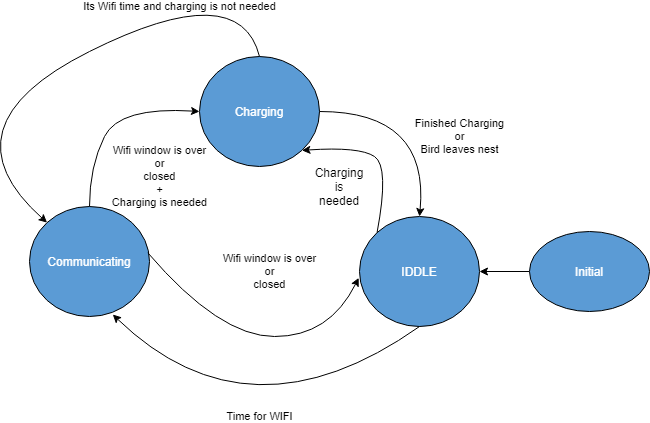
Above: Utils/Drawio/Diagrama_de_Estados.drawio.png in tlondero/Dise-o (draw.io), before the change. Source tidied: cells renumbered, new cells last; positions are measured from the earlier drawing's top-left corner, leaving out a move shared by most shapes.
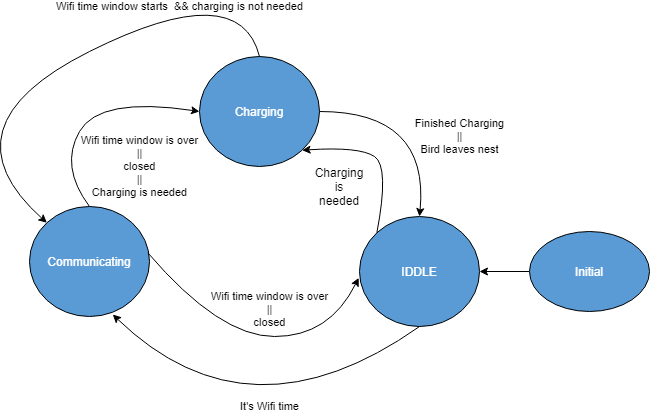
Above is the later version.

What changed in the source:
```diff
@@ -11,30 +11,30 @@
     <mxCell id="4" value="Communicating" style="ellipse;whiteSpace=wrap;html=1;fillColor=#5B9BD5;fontColor=#FFFFFF;" parent="1" vertex="1">
       <mxGeometry x="90" y="230" width="120" height="110" as="geometry" />
     </mxCell>
-    <mxCell id="5" value="Wifi window is over&lt;br&gt;or&lt;br&gt;closed&lt;br&gt;+&lt;br&gt;Charging is needed" style="curved=1;endArrow=classic;html=1;exitX=0.5;exitY=0;exitDx=0;exitDy=0;entryX=0;entryY=0.5;entryDx=0;entryDy=0;labelBackgroundColor=none;" parent="1" edge="1" source="4" target="2">
-      <mxGeometry x="-0.33" y="-67" relative="1" as="geometry">
+    <mxCell id="5" value="Wifi time window is over&lt;br&gt;||&lt;br&gt;closed&lt;br&gt;||&lt;br&gt;Charging is needed" style="curved=1;endArrow=classic;html=1;exitX=0.5;exitY=0;exitDx=0;exitDy=0;entryX=0;entryY=0.5;entryDx=0;entryDy=0;labelBackgroundColor=none;" parent="1" edge="1" source="4" target="2">
+      <mxGeometry x="0.56" y="-63" relative="1" as="geometry">
         <Array as="points">
-          <mxPoint x="150" y="190" />
-          <mxPoint x="180" y="130" />
+          <mxPoint x="120" y="190" />
+          <mxPoint x="160" y="120" />
         </Array>
       </mxGeometry>
     </mxCell>
-    <mxCell id="6" value="Finished Charging&lt;br&gt;or&lt;br&gt;Bird leaves nest" style="curved=1;endArrow=classic;html=1;exitX=1;exitY=0.5;exitDx=0;exitDy=0;entryX=0.5;entryY=0;entryDx=0;entryDy=0;labelBackgroundColor=none;" parent="1" edge="1" source="2" target="3">
+    <mxCell id="6" value="Finished Charging&lt;br&gt;||&lt;br&gt;Bird leaves nest" style="curved=1;endArrow=classic;html=1;exitX=1;exitY=0.5;exitDx=0;exitDy=0;entryX=0.5;entryY=0;entryDx=0;entryDy=0;labelBackgroundColor=none;" parent="1" edge="1" source="2" target="3">
       <mxGeometry x="0.23" y="32" relative="1" as="geometry">
         <Array as="points">
           <mxPoint x="490" y="135" />
         </Array>
       </mxGeometry>
     </mxCell>
-    <mxCell id="7" value="Time for WIFI" style="curved=1;endArrow=classic;html=1;exitX=0.5;exitY=1;exitDx=0;exitDy=0;entryX=0.694;entryY=0.982;entryDx=0;entryDy=0;entryPerimeter=0;labelBackgroundColor=none;" parent="1" edge="1" source="3" target="4">
-      <mxGeometry x="-0.08" y="-19" relative="1" as="geometry">
+    <mxCell id="7" value="It's Wifi time" style="curved=1;endArrow=classic;html=1;exitX=0.5;exitY=1;exitDx=0;exitDy=0;entryX=0.694;entryY=0.982;entryDx=0;entryDy=0;entryPerimeter=0;labelBackgroundColor=none;" parent="1" edge="1" source="3" target="4">
+      <mxGeometry x="-0.15" y="-21" relative="1" as="geometry">
         <Array as="points">
           <mxPoint x="310" y="470" />
         </Array>
       </mxGeometry>
     </mxCell>
-    <mxCell id="8" value="&#10;&#10;&lt;span style=&quot;color: rgb(0, 0, 0); font-family: helvetica; font-size: 11px; font-style: normal; font-weight: 400; letter-spacing: normal; text-align: center; text-indent: 0px; text-transform: none; word-spacing: 0px; display: inline; float: none;&quot;&gt;Wifi window is over&lt;/span&gt;&lt;br style=&quot;color: rgb(0, 0, 0); font-family: helvetica; font-size: 11px; font-style: normal; font-weight: 400; letter-spacing: normal; text-align: center; text-indent: 0px; text-transform: none; word-spacing: 0px;&quot;&gt;&lt;span style=&quot;color: rgb(0, 0, 0); font-family: helvetica; font-size: 11px; font-style: normal; font-weight: 400; letter-spacing: normal; text-align: center; text-indent: 0px; text-transform: none; word-spacing: 0px; display: inline; float: none;&quot;&gt;or&lt;/span&gt;&lt;br style=&quot;color: rgb(0, 0, 0); font-family: helvetica; font-size: 11px; font-style: normal; font-weight: 400; letter-spacing: normal; text-align: center; text-indent: 0px; text-transform: none; word-spacing: 0px;&quot;&gt;&lt;span style=&quot;color: rgb(0, 0, 0); font-family: helvetica; font-size: 11px; font-style: normal; font-weight: 400; letter-spacing: normal; text-align: center; text-indent: 0px; text-transform: none; word-spacing: 0px; display: inline; float: none;&quot;&gt;closed&lt;/span&gt;&#10;&#10;" style="curved=1;endArrow=classic;html=1;exitX=0.986;exitY=0.421;exitDx=0;exitDy=0;exitPerimeter=0;entryX=-0.007;entryY=0.558;entryDx=0;entryDy=0;entryPerimeter=0;labelBackgroundColor=none;" parent="1" edge="1" source="4" target="3">
-      <mxGeometry x="0.12" y="65" relative="1" as="geometry">
+    <mxCell id="8" value="&lt;br&gt;&lt;br&gt;&lt;span style=&quot;color: rgb(0 , 0 , 0) ; font-family: &amp;#34;helvetica&amp;#34; ; font-size: 11px ; font-style: normal ; font-weight: 400 ; letter-spacing: normal ; text-align: center ; text-indent: 0px ; text-transform: none ; word-spacing: 0px ; display: inline ; float: none&quot;&gt;Wifi time window is over&lt;/span&gt;&lt;br style=&quot;color: rgb(0 , 0 , 0) ; font-family: &amp;#34;helvetica&amp;#34; ; font-size: 11px ; font-style: normal ; font-weight: 400 ; letter-spacing: normal ; text-align: center ; text-indent: 0px ; text-transform: none ; word-spacing: 0px&quot;&gt;&lt;font face=&quot;helvetica&quot;&gt;||&lt;/font&gt;&lt;br style=&quot;color: rgb(0 , 0 , 0) ; font-family: &amp;#34;helvetica&amp;#34; ; font-size: 11px ; font-style: normal ; font-weight: 400 ; letter-spacing: normal ; text-align: center ; text-indent: 0px ; text-transform: none ; word-spacing: 0px&quot;&gt;&lt;span style=&quot;color: rgb(0 , 0 , 0) ; font-family: &amp;#34;helvetica&amp;#34; ; font-size: 11px ; font-style: normal ; font-weight: 400 ; letter-spacing: normal ; text-align: center ; text-indent: 0px ; text-transform: none ; word-spacing: 0px ; display: inline ; float: none&quot;&gt;closed&lt;/span&gt;" style="curved=1;endArrow=classic;html=1;exitX=0.986;exitY=0.421;exitDx=0;exitDy=0;exitPerimeter=0;entryX=-0.007;entryY=0.558;entryDx=0;entryDy=0;entryPerimeter=0;labelBackgroundColor=none;" parent="1" edge="1" source="4" target="3">
+      <mxGeometry x="0.12" y="40" relative="1" as="geometry">
         <Array as="points">
           <mxPoint x="280" y="360" />
           <mxPoint x="390" y="360" />
@@ -52,7 +52,7 @@
     <mxCell id="10" value="Charging is needed" style="text;html=1;strokeColor=none;fillColor=none;align=center;verticalAlign=middle;whiteSpace=wrap;rounded=0;" parent="1" vertex="1">
       <mxGeometry x="380" y="200" width="40" height="20" as="geometry" />
     </mxCell>
-    <mxCell id="11" value="Its Wifi time and charging is not needed" style="curved=1;endArrow=classic;html=1;exitX=0.5;exitY=0;exitDx=0;exitDy=0;entryX=0;entryY=0;entryDx=0;entryDy=0;labelBackgroundColor=none;" parent="1" edge="1" source="2" target="4">
+    <mxCell id="11" value="Wifi time window starts&amp;nbsp; &amp;amp;&amp;amp; charging is not needed" style="curved=1;endArrow=classic;html=1;exitX=0.5;exitY=0;exitDx=0;exitDy=0;entryX=0;entryY=0;entryDx=0;entryDy=0;labelBackgroundColor=none;" parent="1" edge="1" source="2" target="4">
       <mxGeometry x="-0.47" relative="1" as="geometry">
         <Array as="points">
           <mxPoint x="300" />
```
